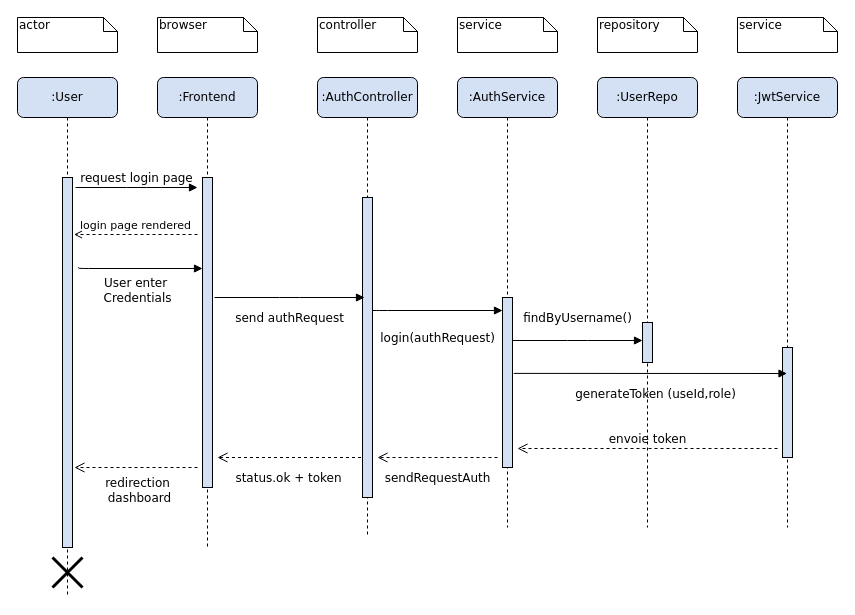
Above: Diagramme sans nom.drawio in MELEK-WEB/web-editor (draw.io), before the change. Source tidied: cells renumbered, new cells numbered last; positions are measured from the earlier drawing's top-left corner, leaving out a move shared by most shapes. Both pictures are drawn from the tidied source at 100%, with x=0, y=0 at pixel (17, 17).
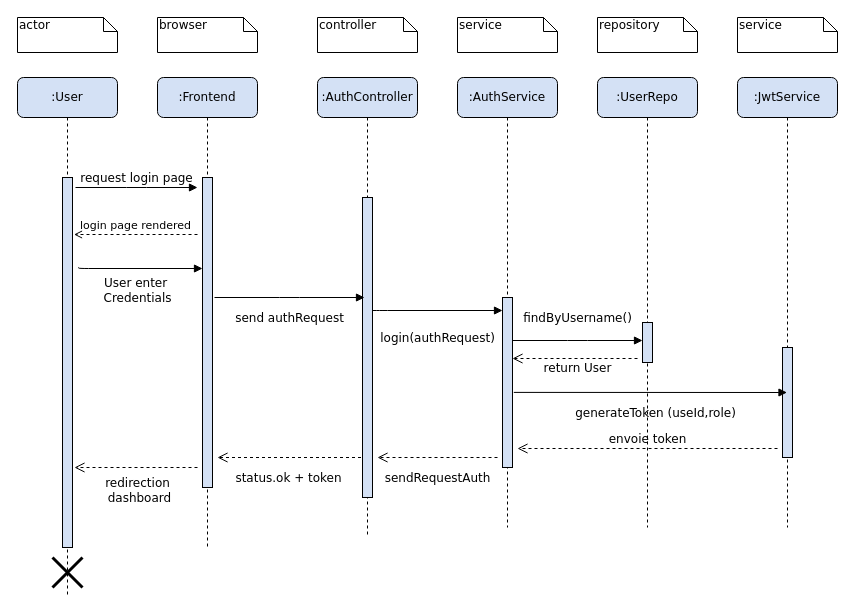
The same diagram, later.

Commit message:
Mettre à jour Diagramme sans nom.drawio

Change to the diagram source:
```diff
@@
     <mxCell id="31" value="generateToken (useId,role)" style="html=1;verticalAlign=bottom;endArrow=block;labelBackgroundColor=none;fontFamily=Verdana;fontSize=12;edgeStyle=elbowEdgeStyle;elbow=vertical;exitX=1.128;exitY=0.664;exitDx=0;exitDy=0;exitPerimeter=0;" parent="1" edge="1">
       <mxGeometry x="0.04" y="-30" relative="1" as="geometry">
-        <mxPoint x="496.3" y="355.9" as="sourcePoint" />
-        <mxPoint x="769.5" y="356" as="targetPoint" />
+        <mxPoint x="496.3" y="374.9" as="sourcePoint" />
+        <mxPoint x="769.5" y="375" as="targetPoint" />
       </mxGeometry>
     </mxCell>
+    <mxCell id="32" value="return User" style="html=1;verticalAlign=bottom;endArrow=open;dashed=1;endSize=8;labelBackgroundColor=none;fontFamily=Verdana;fontSize=12;" parent="1" edge="1">
+      <mxGeometry x="-0.04" y="19" relative="1" as="geometry">
+        <mxPoint x="620" y="341" as="sourcePoint" />
+        <mxPoint x="495" y="341" as="targetPoint" />
+      </mxGeometry>
+    </mxCell>
```
